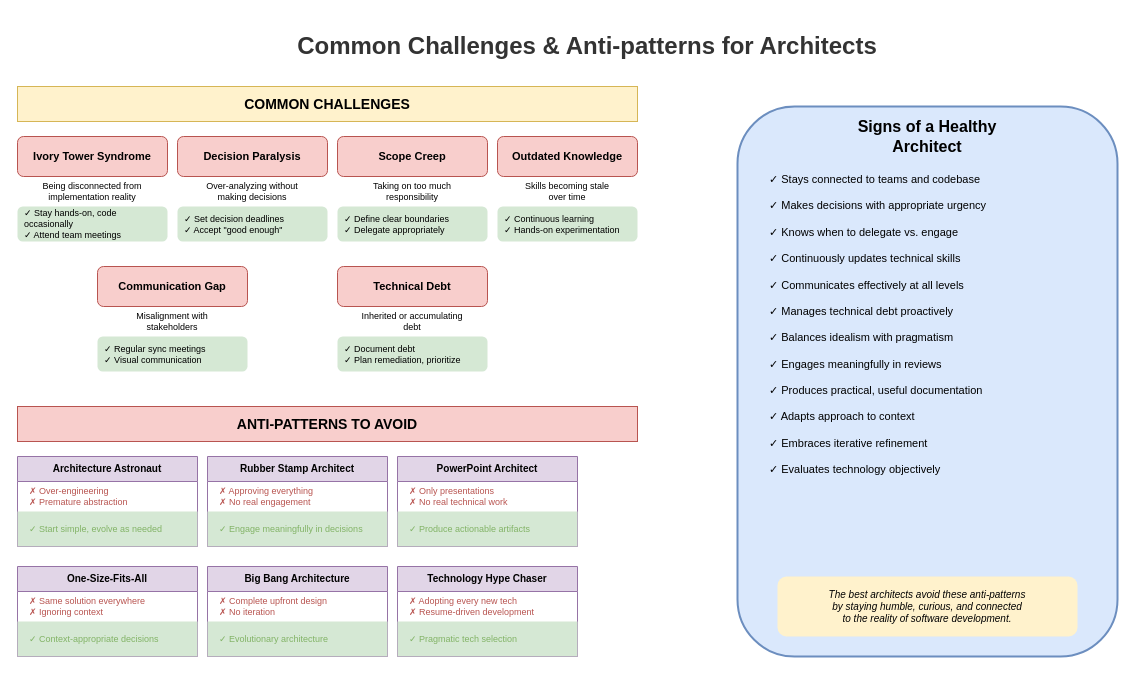
Earlier version of the draw.io diagram lesson-00-software-architect-overview/diagrams/3.1-challenges-antipatterns.drawio (MrParkerZ7/document-lesson-software-architect-x-claude). Source tidied: cells renumbered, new cells numbered last; positions are measured from the earlier drawing's top-left corner, leaving out a move shared by most shapes. Both pictures are drawn from the tidied source at 100%, with x=0, y=0 at pixel (17, 26).
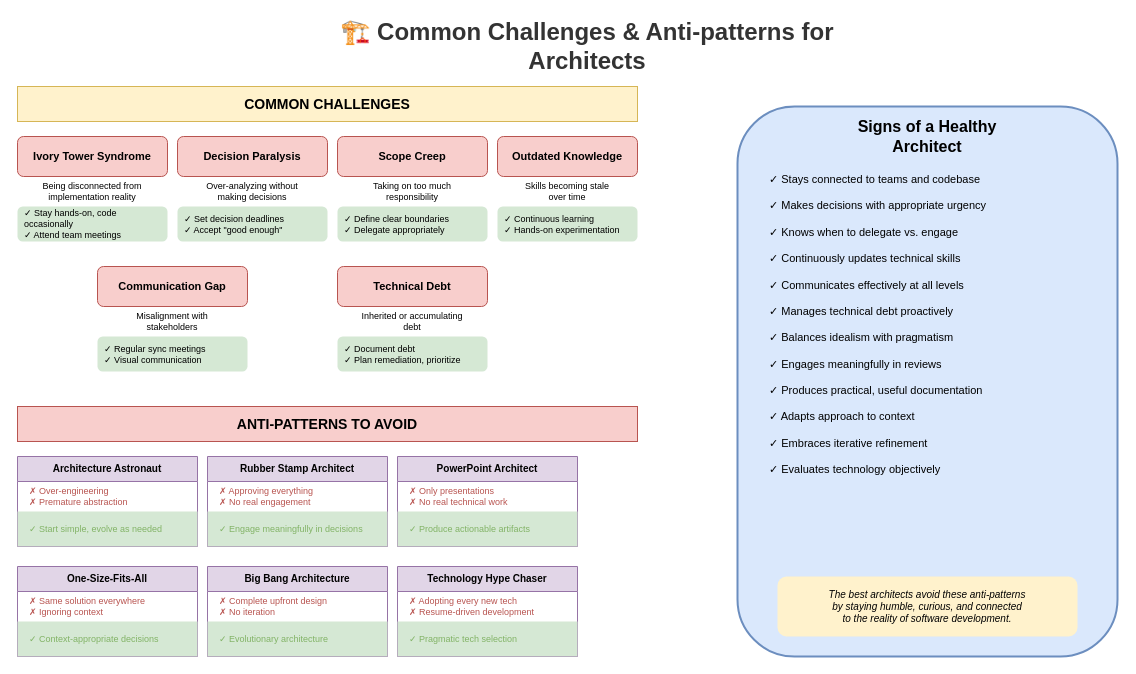
The same diagram, later.

What changed in the source:
```diff
@@
-    <mxCell id="2" value="Common Challenges &amp; Anti-patterns for Architects" style="text;html=1;strokeColor=none;fillColor=none;align=center;verticalAlign=middle;whiteSpace=wrap;rounded=0;fontSize=24;fontStyle=1;fontColor=#333333;" parent="1" vertex="1">
+    <mxCell id="2" value="🏗️ Common Challenges &amp; Anti-patterns for Architects" style="text;html=1;strokeColor=none;fillColor=none;align=center;verticalAlign=middle;whiteSpace=wrap;rounded=0;fontSize=24;fontStyle=1;fontColor=#333333;" parent="1" vertex="1">
       <mxGeometry x="270" width="600" height="40" as="geometry" />
     </mxCell>
```
